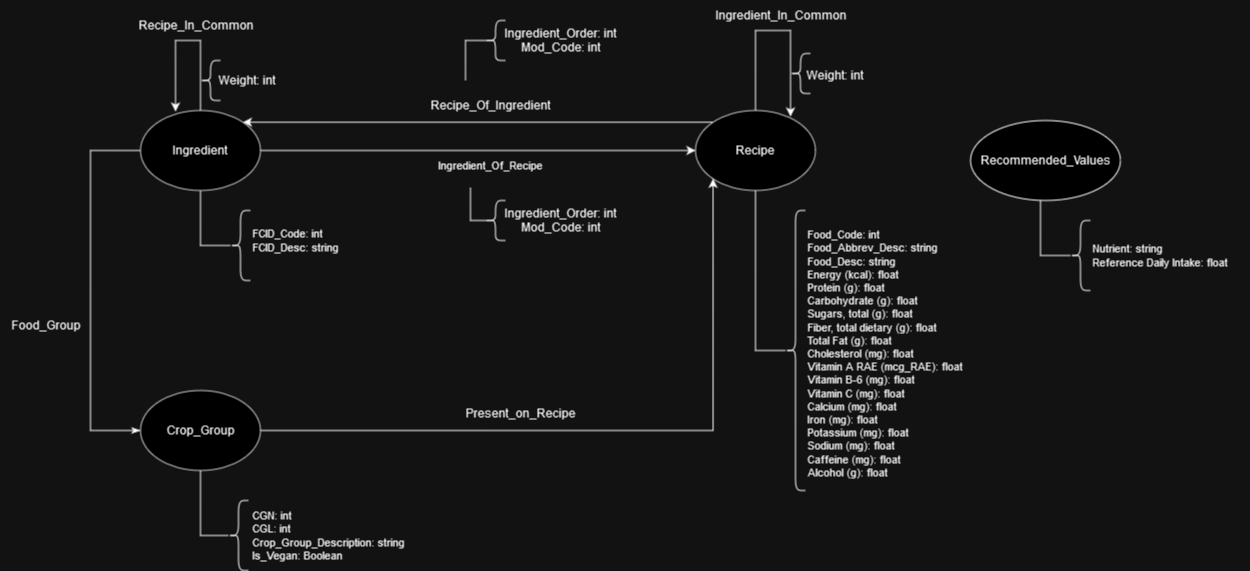
Earlier version of the draw.io export project-2-final/diagrama_grafos.png (PietroGolfeto/mc536-grupoVIRUS). Source tidied: cells renumbered, new cells last; positions are measured from the earlier drawing's top-left corner, leaving out a move shared by most shapes. Source of this version:
```xml
<mxGraphModel>
  <root>
    <mxCell id="0" />
    <mxCell id="1" parent="0" />
    <mxCell id="2" style="edgeStyle=orthogonalEdgeStyle;rounded=0;jettySize=auto;html=1;exitX=0;exitY=0;exitDx=0;exitDy=0;entryX=1;entryY=0;entryDx=0;entryDy=0;" parent="1" edge="1" source="3" target="7">
      <mxGeometry relative="1" as="geometry" />
    </mxCell>
    <mxCell id="3" value="Recipe" style="ellipse;whiteSpace=wrap;html=1;fillColor=#FFFFFF;strokeColor=#36393d;" parent="1" vertex="1">
      <mxGeometry x="695" y="110" width="120" height="80" as="geometry" />
    </mxCell>
    <mxCell id="4" style="edgeStyle=orthogonalEdgeStyle;rounded=0;jettySize=auto;html=1;endArrow=none;endFill=0;" parent="1" edge="1" source="7" target="10">
      <mxGeometry relative="1" as="geometry">
        <Array as="points">
          <mxPoint x="200" y="245" />
        </Array>
      </mxGeometry>
    </mxCell>
    <mxCell id="5" style="edgeStyle=orthogonalEdgeStyle;shape=connector;rounded=0;jettySize=auto;html=1;entryX=0;entryY=0.5;entryDx=0;entryDy=0;labelBackgroundColor=default;strokeColor=default;align=center;verticalAlign=middle;fontFamily=Helvetica;fontSize=11;fontColor=default;endArrow=classicThin;endFill=1;" parent="1" edge="1" source="7" target="9">
      <mxGeometry relative="1" as="geometry">
        <Array as="points">
          <mxPoint x="90" y="150" />
          <mxPoint x="90" y="430" />
        </Array>
      </mxGeometry>
    </mxCell>
    <mxCell id="6" style="edgeStyle=orthogonalEdgeStyle;rounded=0;jettySize=auto;html=1;entryX=0;entryY=0.5;entryDx=0;entryDy=0;" parent="1" edge="1" source="7" target="3">
      <mxGeometry relative="1" as="geometry" />
    </mxCell>
    <mxCell id="7" value="Ingredient" style="ellipse;whiteSpace=wrap;html=1;fillColor=#FFFFFF;strokeColor=#36393d;" parent="1" vertex="1">
      <mxGeometry x="140" y="110" width="120" height="80" as="geometry" />
    </mxCell>
    <mxCell id="8" style="edgeStyle=orthogonalEdgeStyle;rounded=0;jettySize=auto;html=1;entryX=0;entryY=1;entryDx=0;entryDy=0;" parent="1" edge="1" source="9" target="3">
      <mxGeometry relative="1" as="geometry" />
    </mxCell>
    <mxCell id="9" value="Crop_Group" style="ellipse;whiteSpace=wrap;html=1;fillColor=#FFFFFF;strokeColor=#36393d;" parent="1" vertex="1">
      <mxGeometry x="140" y="390" width="120" height="80" as="geometry" />
    </mxCell>
    <mxCell id="10" style="shape=curlyBracket;whiteSpace=wrap;html=1;rounded=1;labelPosition=left;verticalLabelPosition=middle;align=right;verticalAlign=middle;" parent="1" vertex="1">
      <mxGeometry x="230" y="210" width="20" height="70" as="geometry" />
    </mxCell>
    <mxCell id="11" value="FCID_Code: int&lt;br&gt;FCID_Desc: string" style="text;html=1;align=left;verticalAlign=middle;strokeColor=none;fillColor=none;fontSize=11;fontFamily=Helvetica;fontColor=default;" parent="1" vertex="1">
      <mxGeometry x="250" y="220" width="110" height="40" as="geometry" />
    </mxCell>
    <mxCell id="12" style="edgeStyle=orthogonalEdgeStyle;rounded=0;jettySize=auto;html=1;endArrow=none;endFill=0;" parent="1" edge="1" source="3" target="13">
      <mxGeometry relative="1" as="geometry">
        <Array as="points">
          <mxPoint x="755" y="350" />
        </Array>
      </mxGeometry>
    </mxCell>
    <mxCell id="13" style="shape=curlyBracket;whiteSpace=wrap;html=1;rounded=1;labelPosition=left;verticalLabelPosition=middle;align=right;verticalAlign=middle;" parent="1" vertex="1">
      <mxGeometry x="785" y="210" width="20" height="280" as="geometry" />
    </mxCell>
    <mxCell id="14" value="Food_Code: int&lt;br&gt;Food_Abbrev_Desc: string&lt;br&gt;Food_Desc: string&lt;br&gt;Energy (kcal): float&lt;br&gt;Protein (g): float&lt;br&gt;Carbohydrate (g): float&lt;br&gt;Sugars, total (g): float&lt;br&gt;Fiber, total dietary (g): float&lt;br&gt;Total Fat (g): float&lt;br&gt;Cholesterol (mg): float&lt;br&gt;Vitamin A RAE (mcg_RAE): float&lt;br&gt;Vitamin B-6 (mg): float&lt;br&gt;Vitamin C (mg): float&lt;br&gt;Calcium (mg): float&lt;br&gt;Iron (mg): float&lt;br&gt;Potassium (mg): float&lt;br&gt;Sodium (mg): float&lt;br&gt;Caffeine (mg): float&lt;br&gt;Alcohol (g): float" style="text;html=1;align=left;verticalAlign=middle;strokeColor=none;fillColor=none;fontSize=11;fontFamily=Helvetica;fontColor=default;" parent="1" vertex="1">
      <mxGeometry x="805" y="223" width="180" height="260" as="geometry" />
    </mxCell>
    <mxCell id="15" style="edgeStyle=orthogonalEdgeStyle;rounded=0;jettySize=auto;html=1;endArrow=none;endFill=0;exitX=0.5;exitY=1;exitDx=0;exitDy=0;" parent="1" edge="1" source="9" target="16">
      <mxGeometry relative="1" as="geometry">
        <Array as="points">
          <mxPoint x="200" y="535" />
        </Array>
      </mxGeometry>
    </mxCell>
    <mxCell id="16" style="shape=curlyBracket;whiteSpace=wrap;html=1;rounded=1;labelPosition=left;verticalLabelPosition=middle;align=right;verticalAlign=middle;" parent="1" vertex="1">
      <mxGeometry x="228" y="500" width="20" height="70" as="geometry" />
    </mxCell>
    <mxCell id="17" value="CGN: int&lt;br&gt;CGL: int&lt;br&gt;Crop_Group_Description: string&lt;br&gt;Is_Vegan: Boolean" style="text;html=1;align=left;verticalAlign=middle;strokeColor=none;fillColor=none;fontSize=11;fontFamily=Helvetica;fontColor=default;" parent="1" vertex="1">
      <mxGeometry x="250" y="500" width="180" height="70" as="geometry" />
    </mxCell>
    <mxCell id="18" value="Ingredient_Of_Recipe" style="text;html=1;align=center;verticalAlign=middle;points=[];strokeColor=none;fillColor=none;fontSize=11;fontFamily=Helvetica;fontColor=default;" parent="1" vertex="1">
      <mxGeometry x="425" y="150" width="130" height="30" as="geometry" />
    </mxCell>
    <mxCell id="19" style="edgeStyle=orthogonalEdgeStyle;rounded=0;orthogonalLoop=1;jettySize=auto;html=1;entryX=0.292;entryY=0.013;entryDx=0;entryDy=0;entryPerimeter=0;" parent="1" edge="1" source="7" target="7">
      <mxGeometry relative="1" as="geometry">
        <Array as="points">
          <mxPoint x="200" y="40" />
          <mxPoint x="175" y="40" />
        </Array>
      </mxGeometry>
    </mxCell>
    <mxCell id="20" value="Recipe_In_Common" style="text;html=1;align=center;verticalAlign=middle;strokeColor=none;fillColor=none;" parent="1" vertex="1">
      <mxGeometry x="130" y="10" width="130" height="30" as="geometry" />
    </mxCell>
    <mxCell id="21" style="shape=curlyBracket;whiteSpace=wrap;html=1;rounded=1;labelPosition=left;verticalLabelPosition=middle;align=right;verticalAlign=middle;" parent="1" vertex="1">
      <mxGeometry x="200" y="60" width="20" height="40" as="geometry" />
    </mxCell>
    <mxCell id="22" value="Food_Group" style="text;html=1;align=center;verticalAlign=middle;strokeColor=none;fillColor=none;" parent="1" vertex="1">
      <mxGeometry y="310" width="90" height="30" as="geometry" />
    </mxCell>
    <mxCell id="23" value="Weight: int" style="text;html=1;align=center;verticalAlign=middle;strokeColor=none;fillColor=none;" parent="1" vertex="1">
      <mxGeometry x="206" y="65" width="80" height="30" as="geometry" />
    </mxCell>
    <mxCell id="24" style="edgeStyle=orthogonalEdgeStyle;rounded=0;orthogonalLoop=1;jettySize=auto;html=1;entryX=0.792;entryY=0.075;entryDx=0;entryDy=0;entryPerimeter=0;" parent="1" edge="1" source="3" target="3">
      <mxGeometry relative="1" as="geometry">
        <Array as="points">
          <mxPoint x="755" y="30" />
          <mxPoint x="790" y="30" />
        </Array>
      </mxGeometry>
    </mxCell>
    <mxCell id="25" value="Ingredient_In_Common" style="text;html=1;align=center;verticalAlign=middle;strokeColor=none;fillColor=none;" parent="1" vertex="1">
      <mxGeometry x="705" width="150" height="30" as="geometry" />
    </mxCell>
    <mxCell id="26" style="shape=curlyBracket;whiteSpace=wrap;html=1;rounded=1;labelPosition=left;verticalLabelPosition=middle;align=right;verticalAlign=middle;" parent="1" vertex="1">
      <mxGeometry x="790" y="53" width="20" height="40" as="geometry" />
    </mxCell>
    <mxCell id="27" value="Weight: int" style="text;html=1;align=center;verticalAlign=middle;strokeColor=none;fillColor=none;" parent="1" vertex="1">
      <mxGeometry x="794" y="60" width="80" height="30" as="geometry" />
    </mxCell>
    <mxCell id="28" value="Recipe_Of_Ingredient" style="text;html=1;align=center;verticalAlign=middle;strokeColor=none;fillColor=none;" parent="1" vertex="1">
      <mxGeometry x="420" y="90" width="140" height="30" as="geometry" />
    </mxCell>
    <mxCell id="29" style="edgeStyle=orthogonalEdgeStyle;rounded=0;jettySize=auto;html=1;exitX=0.1;exitY=0.5;exitDx=0;exitDy=0;exitPerimeter=0;entryX=0.346;entryY=1.233;entryDx=0;entryDy=0;entryPerimeter=0;endArrow=none;endFill=0;" parent="1" edge="1" source="30" target="18">
      <mxGeometry relative="1" as="geometry" />
    </mxCell>
    <mxCell id="30" style="shape=curlyBracket;whiteSpace=wrap;html=1;rounded=1;labelPosition=left;verticalLabelPosition=middle;align=right;verticalAlign=middle;" parent="1" vertex="1">
      <mxGeometry x="485" y="200" width="20" height="40" as="geometry" />
    </mxCell>
    <mxCell id="31" value="Ingredient_Order: int&lt;br&gt;Mod_Code: int" style="text;html=1;align=center;verticalAlign=middle;strokeColor=none;fillColor=none;" parent="1" vertex="1">
      <mxGeometry x="495" y="200" width="130" height="40" as="geometry" />
    </mxCell>
    <mxCell id="32" style="edgeStyle=orthogonalEdgeStyle;rounded=0;jettySize=auto;html=1;exitX=0.1;exitY=0.5;exitDx=0;exitDy=0;exitPerimeter=0;endArrow=none;endFill=0;" parent="1" edge="1" source="33">
      <mxGeometry relative="1" as="geometry">
        <mxPoint x="465" y="80" as="targetPoint" />
      </mxGeometry>
    </mxCell>
    <mxCell id="33" style="shape=curlyBracket;whiteSpace=wrap;html=1;rounded=1;labelPosition=left;verticalLabelPosition=middle;align=right;verticalAlign=middle;" parent="1" vertex="1">
      <mxGeometry x="485" y="20" width="20" height="40" as="geometry" />
    </mxCell>
    <mxCell id="34" value="Ingredient_Order: int&lt;br&gt;Mod_Code: int" style="text;html=1;align=center;verticalAlign=middle;strokeColor=none;fillColor=none;" parent="1" vertex="1">
      <mxGeometry x="495" y="20" width="130" height="40" as="geometry" />
    </mxCell>
    <mxCell id="35" value="Present_on_Recipe" style="text;html=1;align=center;verticalAlign=middle;strokeColor=none;fillColor=none;" parent="1" vertex="1">
      <mxGeometry x="455" y="398" width="130" height="30" as="geometry" />
    </mxCell>
    <mxCell id="36" value="Recommended_Values" style="ellipse;whiteSpace=wrap;html=1;" parent="1" vertex="1">
      <mxGeometry x="970" y="120" width="150" height="80" as="geometry" />
    </mxCell>
    <mxCell id="37" style="edgeStyle=orthogonalEdgeStyle;rounded=0;jettySize=auto;html=1;endArrow=none;endFill=0;" parent="1" edge="1" target="38">
      <mxGeometry relative="1" as="geometry">
        <mxPoint x="1040" y="200" as="sourcePoint" />
        <Array as="points">
          <mxPoint x="1040" y="255" />
        </Array>
      </mxGeometry>
    </mxCell>
    <mxCell id="38" style="shape=curlyBracket;whiteSpace=wrap;html=1;rounded=1;labelPosition=left;verticalLabelPosition=middle;align=right;verticalAlign=middle;" parent="1" vertex="1">
      <mxGeometry x="1070" y="220" width="20" height="70" as="geometry" />
    </mxCell>
    <mxCell id="39" value="Nutrient: string&lt;br&gt;Reference Daily Intake: float" style="text;html=1;align=left;verticalAlign=middle;strokeColor=none;fillColor=none;fontSize=11;fontFamily=Helvetica;fontColor=default;" parent="1" vertex="1">
      <mxGeometry x="1090" y="235" width="160" height="40" as="geometry" />
    </mxCell>
  </root>
</mxGraphModel>
```
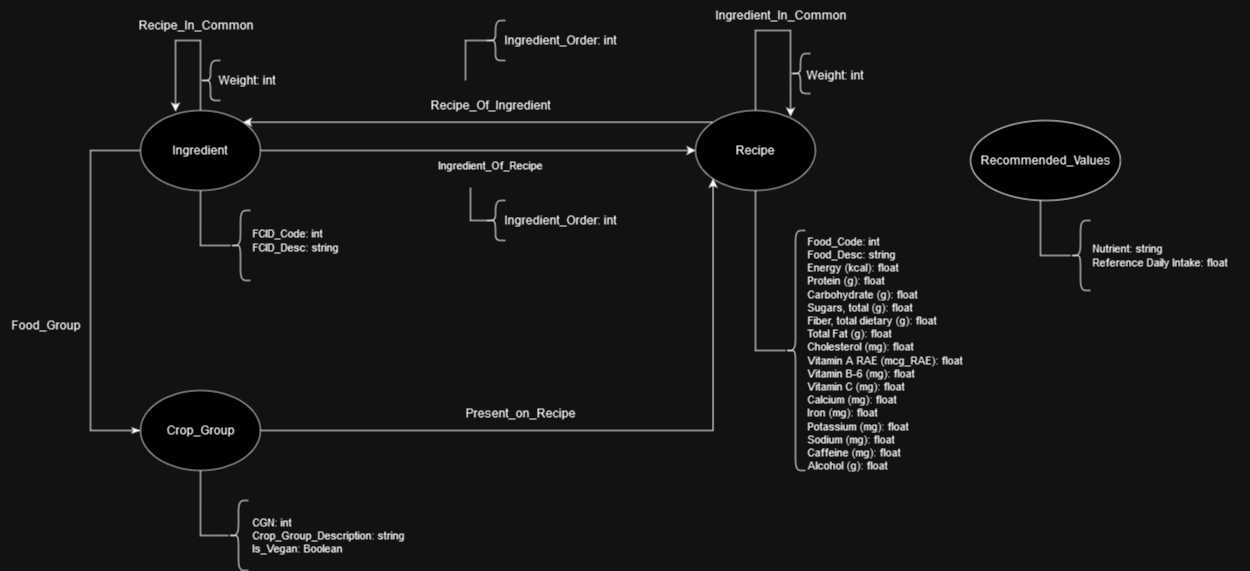
After the change.

Change to the diagram source:
```diff
@@ -49,10 +49,10 @@
       </mxGeometry>
     </mxCell>
     <mxCell id="13" style="shape=curlyBracket;whiteSpace=wrap;html=1;rounded=1;labelPosition=left;verticalLabelPosition=middle;align=right;verticalAlign=middle;" parent="1" vertex="1">
-      <mxGeometry x="785" y="210" width="20" height="280" as="geometry" />
+      <mxGeometry x="785" y="230" width="20" height="240" as="geometry" />
     </mxCell>
-    <mxCell id="14" value="Food_Code: int&lt;br&gt;Food_Abbrev_Desc: string&lt;br&gt;Food_Desc: string&lt;br&gt;Energy (kcal): float&lt;br&gt;Protein (g): float&lt;br&gt;Carbohydrate (g): float&lt;br&gt;Sugars, total (g): float&lt;br&gt;Fiber, total dietary (g): float&lt;br&gt;Total Fat (g): float&lt;br&gt;Cholesterol (mg): float&lt;br&gt;Vitamin A RAE (mcg_RAE): float&lt;br&gt;Vitamin B-6 (mg): float&lt;br&gt;Vitamin C (mg): float&lt;br&gt;Calcium (mg): float&lt;br&gt;Iron (mg): float&lt;br&gt;Potassium (mg): float&lt;br&gt;Sodium (mg): float&lt;br&gt;Caffeine (mg): float&lt;br&gt;Alcohol (g): float" style="text;html=1;align=left;verticalAlign=middle;strokeColor=none;fillColor=none;fontSize=11;fontFamily=Helvetica;fontColor=default;" parent="1" vertex="1">
-      <mxGeometry x="805" y="223" width="180" height="260" as="geometry" />
+    <mxCell id="14" value="Food_Code: int&lt;br&gt;Food_Desc: string&lt;br&gt;Energy (kcal): float&lt;br&gt;Protein (g): float&lt;br&gt;Carbohydrate (g): float&lt;br&gt;Sugars, total (g): float&lt;br&gt;Fiber, total dietary (g): float&lt;br&gt;Total Fat (g): float&lt;br&gt;Cholesterol (mg): float&lt;br&gt;Vitamin A RAE (mcg_RAE): float&lt;br&gt;Vitamin B-6 (mg): float&lt;br&gt;Vitamin C (mg): float&lt;br&gt;Calcium (mg): float&lt;br&gt;Iron (mg): float&lt;br&gt;Potassium (mg): float&lt;br&gt;Sodium (mg): float&lt;br&gt;Caffeine (mg): float&lt;br&gt;Alcohol (g): float" style="text;html=1;align=left;verticalAlign=middle;strokeColor=none;fillColor=none;fontSize=11;fontFamily=Helvetica;fontColor=default;" parent="1" vertex="1">
+      <mxGeometry x="805" y="228" width="200" height="250" as="geometry" />
     </mxCell>
     <mxCell id="15" style="edgeStyle=orthogonalEdgeStyle;rounded=0;jettySize=auto;html=1;endArrow=none;endFill=0;exitX=0.5;exitY=1;exitDx=0;exitDy=0;" parent="1" edge="1" source="9" target="16">
       <mxGeometry relative="1" as="geometry">
@@ -64,8 +64,8 @@
     <mxCell id="16" style="shape=curlyBracket;whiteSpace=wrap;html=1;rounded=1;labelPosition=left;verticalLabelPosition=middle;align=right;verticalAlign=middle;" parent="1" vertex="1">
       <mxGeometry x="228" y="500" width="20" height="70" as="geometry" />
     </mxCell>
-    <mxCell id="17" value="CGN: int&lt;br&gt;CGL: int&lt;br&gt;Crop_Group_Description: string&lt;br&gt;Is_Vegan: Boolean" style="text;html=1;align=left;verticalAlign=middle;strokeColor=none;fillColor=none;fontSize=11;fontFamily=Helvetica;fontColor=default;" parent="1" vertex="1">
-      <mxGeometry x="250" y="500" width="180" height="70" as="geometry" />
+    <mxCell id="17" value="CGN: int&lt;br&gt;Crop_Group_Description: string&lt;br&gt;Is_Vegan: Boolean" style="text;html=1;align=left;verticalAlign=middle;strokeColor=none;fillColor=none;fontSize=11;fontFamily=Helvetica;fontColor=default;" parent="1" vertex="1">
+      <mxGeometry x="250" y="510" width="190" height="50" as="geometry" />
     </mxCell>
     <mxCell id="18" value="Ingredient_Of_Recipe" style="text;html=1;align=center;verticalAlign=middle;points=[];strokeColor=none;fillColor=none;fontSize=11;fontFamily=Helvetica;fontColor=default;" parent="1" vertex="1">
       <mxGeometry x="425" y="150" width="130" height="30" as="geometry" />
@@ -116,8 +116,8 @@
     <mxCell id="30" style="shape=curlyBracket;whiteSpace=wrap;html=1;rounded=1;labelPosition=left;verticalLabelPosition=middle;align=right;verticalAlign=middle;" parent="1" vertex="1">
       <mxGeometry x="485" y="200" width="20" height="40" as="geometry" />
     </mxCell>
-    <mxCell id="31" value="Ingredient_Order: int&lt;br&gt;Mod_Code: int" style="text;html=1;align=center;verticalAlign=middle;strokeColor=none;fillColor=none;" parent="1" vertex="1">
-      <mxGeometry x="495" y="200" width="130" height="40" as="geometry" />
+    <mxCell id="31" value="Ingredient_Order: int" style="text;html=1;align=center;verticalAlign=middle;strokeColor=none;fillColor=none;" parent="1" vertex="1">
+      <mxGeometry x="485" y="205" width="150" height="30" as="geometry" />
     </mxCell>
     <mxCell id="32" style="edgeStyle=orthogonalEdgeStyle;rounded=0;jettySize=auto;html=1;exitX=0.1;exitY=0.5;exitDx=0;exitDy=0;exitPerimeter=0;endArrow=none;endFill=0;" parent="1" edge="1" source="33">
       <mxGeometry relative="1" as="geometry">
@@ -127,8 +127,8 @@
     <mxCell id="33" style="shape=curlyBracket;whiteSpace=wrap;html=1;rounded=1;labelPosition=left;verticalLabelPosition=middle;align=right;verticalAlign=middle;" parent="1" vertex="1">
       <mxGeometry x="485" y="20" width="20" height="40" as="geometry" />
     </mxCell>
-    <mxCell id="34" value="Ingredient_Order: int&lt;br&gt;Mod_Code: int" style="text;html=1;align=center;verticalAlign=middle;strokeColor=none;fillColor=none;" parent="1" vertex="1">
-      <mxGeometry x="495" y="20" width="130" height="40" as="geometry" />
+    <mxCell id="34" value="Ingredient_Order: int" style="text;html=1;align=center;verticalAlign=middle;strokeColor=none;fillColor=none;" parent="1" vertex="1">
+      <mxGeometry x="485" y="25" width="150" height="30" as="geometry" />
     </mxCell>
     <mxCell id="35" value="Present_on_Recipe" style="text;html=1;align=center;verticalAlign=middle;strokeColor=none;fillColor=none;" parent="1" vertex="1">
       <mxGeometry x="455" y="398" width="130" height="30" as="geometry" />
```
